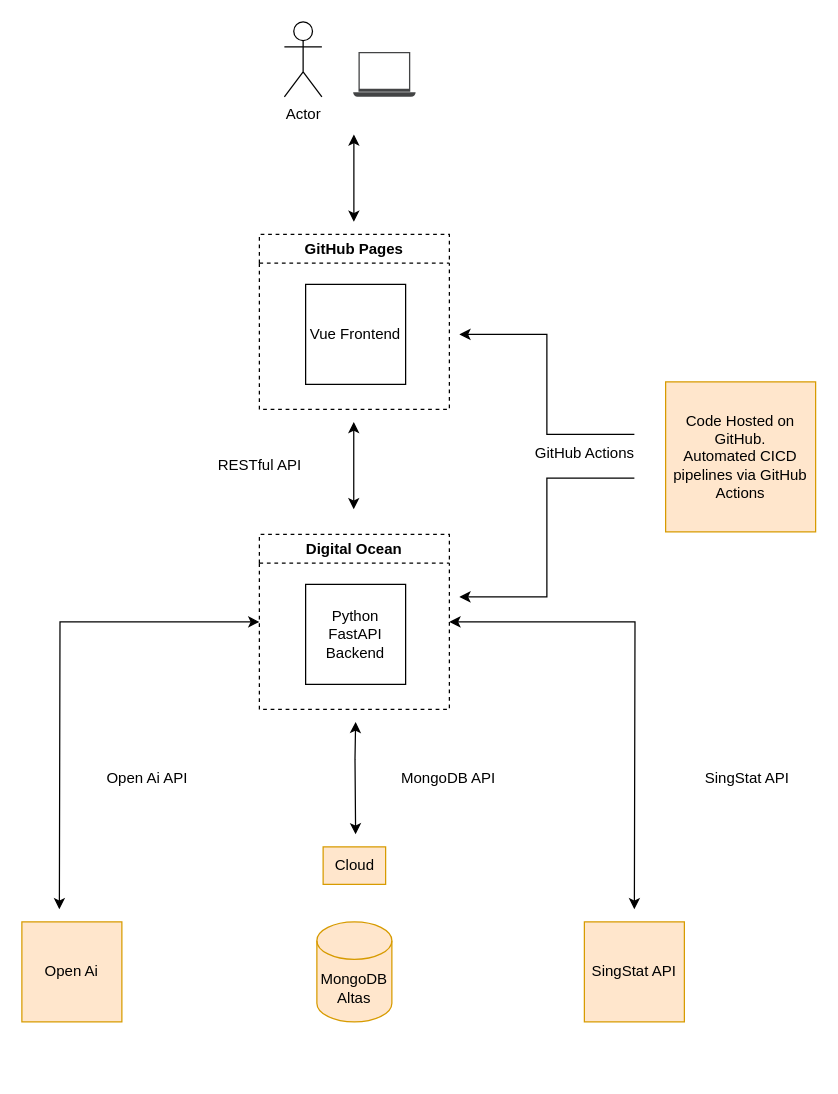
Above: sequence_diagram/architecture_diagram.drawio in ZhiCheng-Lucas/CareerCompass (draw.io), before the change. Source tidied: cells renumbered, new cells numbered last; positions are measured from the earlier drawing's top-left corner, leaving out a move shared by most shapes. Both pictures are drawn from the tidied source at 125%, with x=0, y=0 at pixel (21, 21).
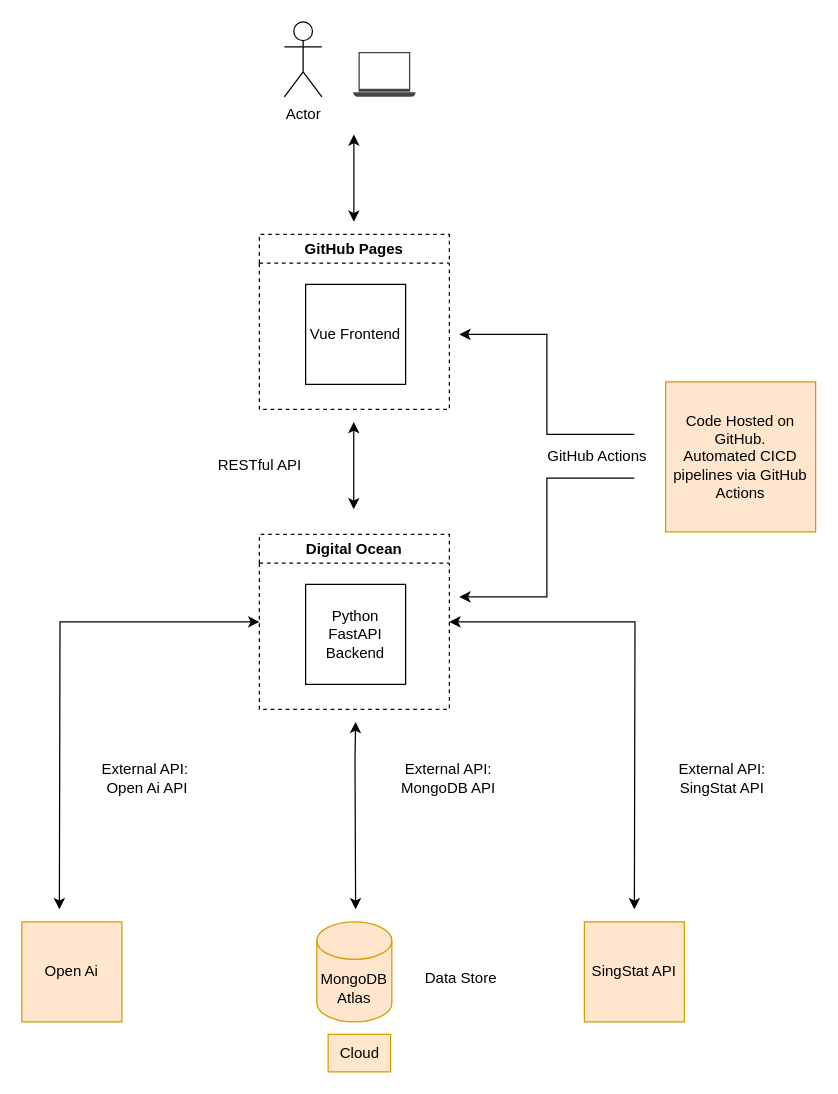
Above is the later version.

Diff of the diagram source:
```diff
@@
-    <mxCell id="2" value="MongoDB Altas" style="shape=cylinder3;whiteSpace=wrap;html=1;boundedLbl=1;backgroundOutline=1;size=15;fillColor=#ffe6cc;strokeColor=#d79b00;" parent="1" vertex="1">
+    <mxCell id="2" value="MongoDB Atlas" style="shape=cylinder3;whiteSpace=wrap;html=1;boundedLbl=1;backgroundOutline=1;size=15;fillColor=#ffe6cc;strokeColor=#d79b00;" parent="1" vertex="1">
       <mxGeometry x="236" y="720" width="60" height="80" as="geometry" />
     </mxCell>
@@
     <mxCell id="11" style="endArrow=classic;startArrow=classic;html=1;rounded=0;" parent="1" edge="1">
       <mxGeometry relative="1" as="geometry">
-        <mxPoint x="267" y="650" as="sourcePoint" />
+        <mxPoint x="267" y="710" as="sourcePoint" />
         <mxPoint x="267" y="560" as="targetPoint" />
         <Array as="points">
           <mxPoint x="266.5" y="590" />
         </Array>
       </mxGeometry>
     </mxCell>
-    <mxCell id="12" value="MongoDB API" style="text;html=1;align=center;verticalAlign=middle;" parent="1" vertex="1">
-      <mxGeometry x="291" y="590" width="100" height="30" as="geometry" />
+    <mxCell id="12" value="External API:&lt;div&gt;MongoDB API&lt;/div&gt;" style="text;html=1;align=center;verticalAlign=middle;" parent="1" vertex="1">
+      <mxGeometry x="291" y="585" width="100" height="40" as="geometry" />
     </mxCell>
     <mxCell id="13" value="Cloud" style="text;html=1;align=center;verticalAlign=middle;strokeColor=#d79b00;fillColor=#ffe6cc;" parent="1" vertex="1">
-      <mxGeometry x="241" y="660" width="50" height="30" as="geometry" />
+      <mxGeometry x="245" y="810" width="50" height="30" as="geometry" />
     </mxCell>
@@
-    <mxCell id="15" value="Open Ai API" style="text;html=1;align=center;verticalAlign=middle;" parent="1" vertex="1">
-      <mxGeometry x="55" y="590" width="90" height="30" as="geometry" />
+    <mxCell id="15" value="External API:&amp;nbsp;&lt;div&gt;Open Ai API&lt;/div&gt;" style="text;html=1;align=center;verticalAlign=middle;" parent="1" vertex="1">
+      <mxGeometry x="50" y="585" width="100" height="40" as="geometry" />
     </mxCell>
@@
-    <mxCell id="17" value="SingStat API" style="text;html=1;align=center;verticalAlign=middle;" parent="1" vertex="1">
-      <mxGeometry x="535" y="590" width="90" height="30" as="geometry" />
+    <mxCell id="17" value="External API:&lt;div&gt;SingStat API&lt;/div&gt;" style="text;html=1;align=center;verticalAlign=middle;" parent="1" vertex="1">
+      <mxGeometry x="515" y="585" width="90" height="40" as="geometry" />
     </mxCell>
@@
     <mxCell id="24" value="GitHub Actions" style="text;html=1;align=center;verticalAlign=middle;strokeColor=none;fillColor=none;" parent="1" vertex="1">
-      <mxGeometry x="400" y="330" width="100" height="30" as="geometry" />
+      <mxGeometry x="410" y="333" width="100" height="30" as="geometry" />
     </mxCell>
+    <mxCell id="25" value="Data Store" style="text;html=1;align=center;verticalAlign=middle;strokeColor=none;fillColor=none;" parent="1" vertex="1">
+      <mxGeometry x="311" y="750" width="80" height="30" as="geometry" />
+    </mxCell>
```
